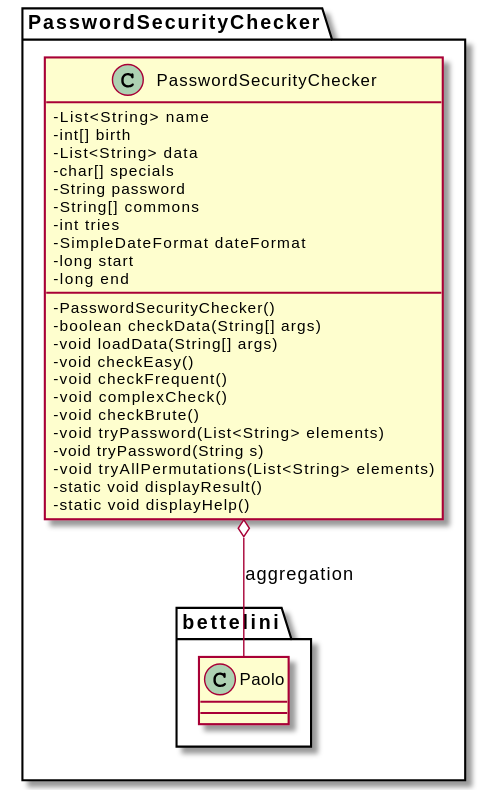
Before: Documenti/PasswordSecurityChecker_Classe.svg, a diagram exported from PlantUML (ErikPelloni/PasswordSecurityChecker).
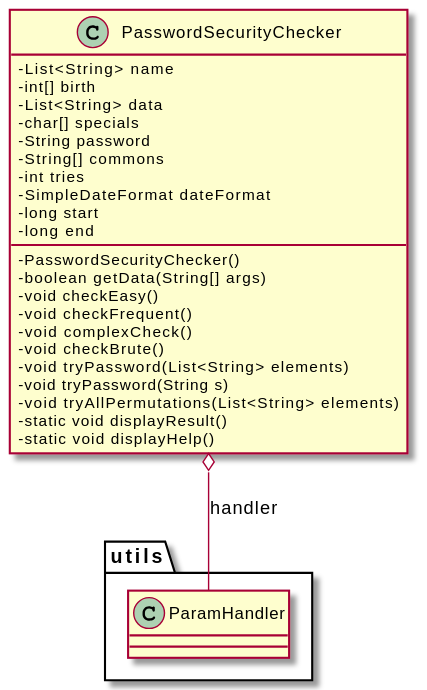
Above is the later version.

Commit message:
modificato diagramma delle classi

What changed in the source:
```diff
@@ -1,7 +1,6 @@
 @startuml
 skinparam classAttributeIconSize 0
-package PasswordSecurityChecker{
-    class PasswordSecurityChecker{
+class PasswordSecurityChecker{
     - List<String> name
     - int[] birth
     - List<String> data
@@ -13,8 +12,7 @@
     - long start
     - long end
     - PasswordSecurityChecker()
-    - boolean checkData(String[] args)
-    - void loadData(String[] args)
+    - boolean getData(String[] args)
     - void checkEasy()
     - void checkFrequent()
     - void complexCheck()
@@ -24,10 +22,9 @@
     - void tryAllPermutations(List<String> elements)
     - static void displayResult()
     - static void displayHelp()
-    }
-    package bettelini{
-       class Paolo
-    }
 }
-PasswordSecurityChecker o-- Paolo : aggregation
+
+class utils.ParamHandler
+
+PasswordSecurityChecker o-- utils.ParamHandler : handler
 @enduml
```
